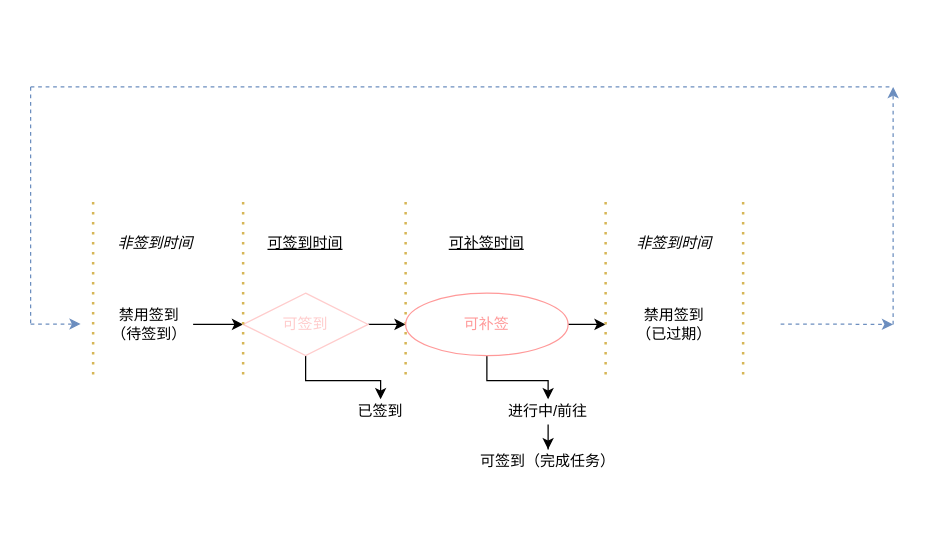
Before: Untitled Diagram.drawio in pearhield/test, a draw.io diagram. Source tidied: cells renumbered, new cells numbered last; positions are measured from the earlier drawing's top-left corner, leaving out a move shared by most shapes. Both pictures are drawn from the tidied source at 125%, with x=0, y=0 at pixel (30, 86).
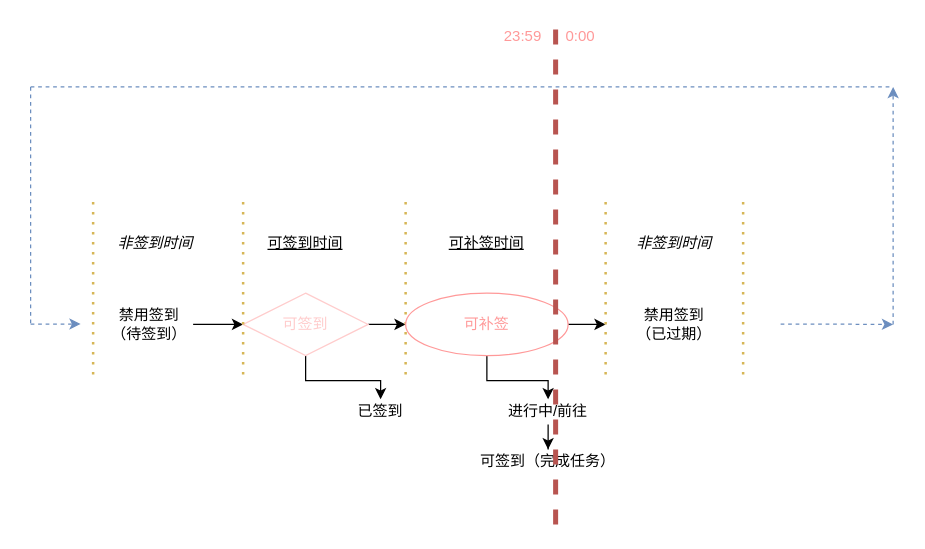
After the change.

Change to the diagram source:
```diff
@@
+    <mxCell id="29" style="endArrow=none;dashed=1;html=1;strokeWidth=4;fontColor=#FF9999;fillColor=#f8cecc;strokeColor=#b85450;" parent="1" edge="1">
+      <mxGeometry relative="1" as="geometry">
+        <mxPoint x="420" y="350" as="sourcePoint" />
+        <mxPoint x="420" y="-50" as="targetPoint" />
+      </mxGeometry>
+    </mxCell>
+    <mxCell id="30" value="23:59" style="text;html=1;strokeColor=none;fillColor=none;align=center;verticalAlign=middle;whiteSpace=wrap;rounded=0;fontColor=#FF9999;" parent="1" vertex="1">
+      <mxGeometry x="374" y="-50" width="40" height="20" as="geometry" />
+    </mxCell>
+    <mxCell id="31" value="0:00" style="text;html=1;strokeColor=none;fillColor=none;align=center;verticalAlign=middle;whiteSpace=wrap;rounded=0;fontColor=#FF9999;" parent="1" vertex="1">
+      <mxGeometry x="420" y="-50" width="40" height="20" as="geometry" />
+    </mxCell>
```
